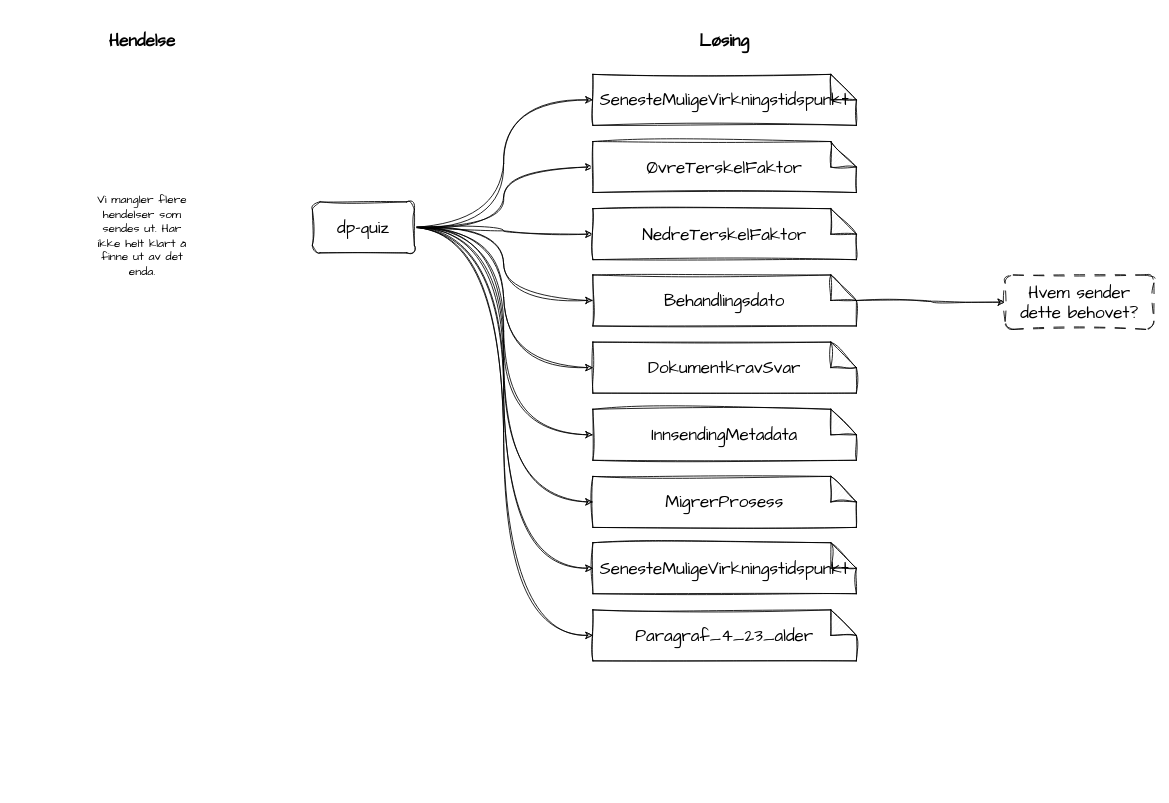
The draw.io diagram docs/innbyggerflate/losninger/soknad/dp-quiz-publiserer-hendelser.drawio in navikt/dp-dokumentasjon, before the edit. Source tidied: cells renumbered, new cells numbered last; positions are measured from the earlier drawing's top-left corner, leaving out a move shared by most shapes. Both pictures are drawn from the tidied source at 85%, with x=0, y=0 at pixel (91, 14).
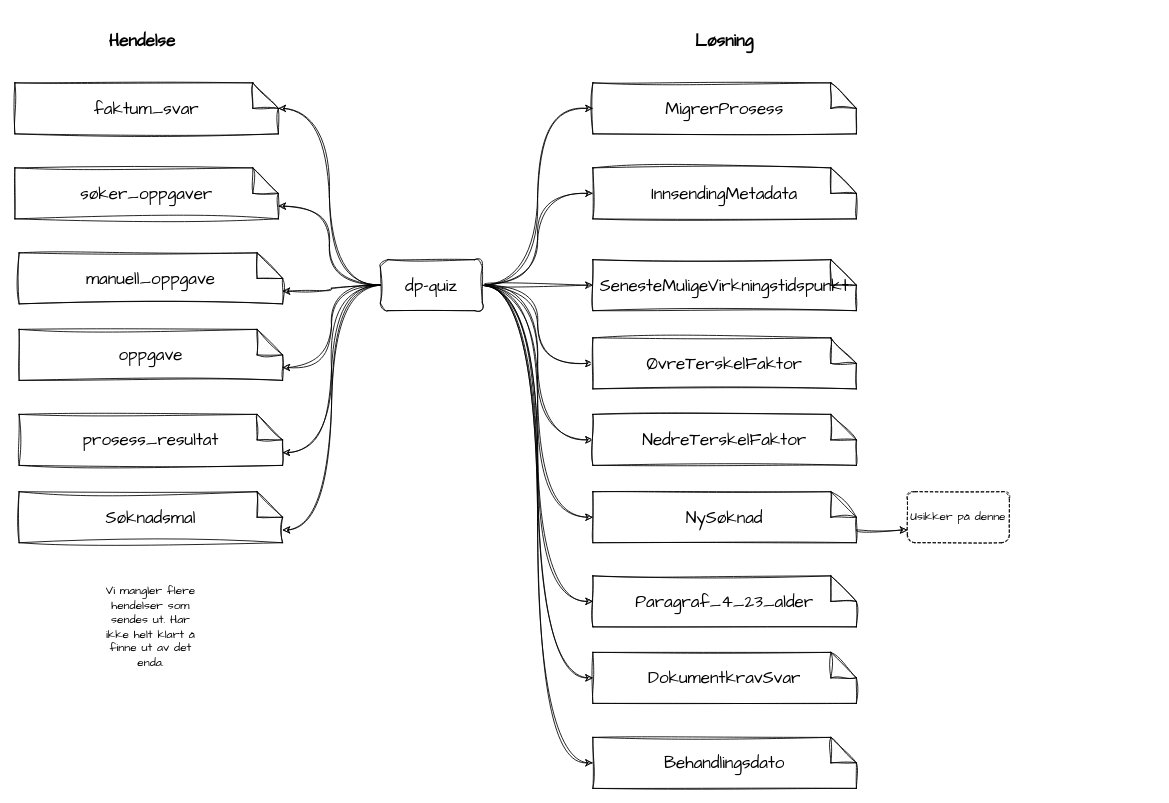
Above is the later version.

Commit message:
Lagt til flere hendelser som quiz publiserer og justert rekkefølgen på "løsning" for å gjøre det tydeligere at det er 1:1 med behovene

The edit, as a diff of the source:
```diff
@@
-    <mxCell id="9" style="edgeStyle=orthogonalEdgeStyle;curved=1;sketch=1;hachureGap=4;jiggle=2;curveFitting=1;html=1;entryX=0;entryY=0.5;entryDx=0;entryDy=0;entryPerimeter=0;fontFamily=Architects Daughter;fontSize=14;" parent="1" edge="1" source="11" target="20">
-      <mxGeometry relative="1" as="geometry" />
-    </mxCell>
@@
     <mxCell id="11" value="dp-quiz" style="rounded=1;whiteSpace=wrap;html=1;sketch=1;hachureGap=4;jiggle=2;curveFitting=1;fontFamily=Architects Daughter;fontSize=20;" parent="1" vertex="1">
-      <mxGeometry x="260" y="220" width="120" height="60" as="geometry" />
+      <mxGeometry x="340" y="288" width="120" height="60" as="geometry" />
     </mxCell>
     <mxCell id="12" value="SenesteMuligeVirkningstidspunkt" style="shape=note;whiteSpace=wrap;html=1;backgroundOutline=1;darkOpacity=0.05;sketch=1;hachureGap=4;jiggle=2;curveFitting=1;fontFamily=Architects Daughter;fontSize=20;" parent="1" vertex="1">
-      <mxGeometry x="590" y="70" width="310" height="60" as="geometry" />
+      <mxGeometry x="590" y="288" width="310" height="60" as="geometry" />
     </mxCell>
     <mxCell id="13" value="ØvreTerskelFaktor" style="shape=note;whiteSpace=wrap;html=1;backgroundOutline=1;darkOpacity=0.05;sketch=1;hachureGap=4;jiggle=2;curveFitting=1;fontFamily=Architects Daughter;fontSize=20;" parent="1" vertex="1">
-      <mxGeometry x="590" y="149" width="310" height="60" as="geometry" />
+      <mxGeometry x="590" y="380" width="310" height="60" as="geometry" />
     </mxCell>
     <mxCell id="14" value="NedreTerskelFaktor" style="shape=note;whiteSpace=wrap;html=1;backgroundOutline=1;darkOpacity=0.05;sketch=1;hachureGap=4;jiggle=2;curveFitting=1;fontFamily=Architects Daughter;fontSize=20;" parent="1" vertex="1">
-      <mxGeometry x="590" y="228" width="310" height="60" as="geometry" />
+      <mxGeometry x="590" y="470" width="310" height="60" as="geometry" />
     </mxCell>
-    <mxCell id="15" style="edgeStyle=orthogonalEdgeStyle;curved=1;sketch=1;hachureGap=4;jiggle=2;curveFitting=1;html=1;fontFamily=Architects Daughter;fontSize=14;" parent="1" edge="1" source="16" target="25">
-      <mxGeometry relative="1" as="geometry" />
-    </mxCell>
     <mxCell id="16" value="Behandlingsdato" style="shape=note;whiteSpace=wrap;html=1;backgroundOutline=1;darkOpacity=0.05;sketch=1;hachureGap=4;jiggle=2;curveFitting=1;fontFamily=Architects Daughter;fontSize=20;" parent="1" vertex="1">
-      <mxGeometry x="590" y="306" width="310" height="60" as="geometry" />
+      <mxGeometry x="590" y="850" width="310" height="60" as="geometry" />
     </mxCell>
     <mxCell id="17" value="DokumentkravSvar" style="shape=note;whiteSpace=wrap;html=1;backgroundOutline=1;darkOpacity=0.05;sketch=1;hachureGap=4;jiggle=2;curveFitting=1;fontFamily=Architects Daughter;fontSize=20;" parent="1" vertex="1">
-      <mxGeometry x="590" y="385" width="310" height="60" as="geometry" />
+      <mxGeometry x="590" y="750" width="310" height="60" as="geometry" />
     </mxCell>
     <mxCell id="18" value="InnsendingMetadata" style="shape=note;whiteSpace=wrap;html=1;backgroundOutline=1;darkOpacity=0.05;sketch=1;hachureGap=4;jiggle=2;curveFitting=1;fontFamily=Architects Daughter;fontSize=20;" parent="1" vertex="1">
-      <mxGeometry x="590" y="464" width="310" height="60" as="geometry" />
+      <mxGeometry x="590" y="180" width="310" height="60" as="geometry" />
     </mxCell>
     <mxCell id="19" value="MigrerProsess" style="shape=note;whiteSpace=wrap;html=1;backgroundOutline=1;darkOpacity=0.05;sketch=1;hachureGap=4;jiggle=2;curveFitting=1;fontFamily=Architects Daughter;fontSize=20;" parent="1" vertex="1">
-      <mxGeometry x="590" y="543" width="310" height="60" as="geometry" />
+      <mxGeometry x="590" y="80" width="310" height="60" as="geometry" />
     </mxCell>
-    <mxCell id="20" value="SenesteMuligeVirkningstidspunkt" style="shape=note;whiteSpace=wrap;html=1;backgroundOutline=1;darkOpacity=0.05;sketch=1;hachureGap=4;jiggle=2;curveFitting=1;fontFamily=Architects Daughter;fontSize=20;" parent="1" vertex="1">
-      <mxGeometry x="590" y="621" width="310" height="60" as="geometry" />
-    </mxCell>
     <mxCell id="21" value="Paragraf_4_23_alder" style="shape=note;whiteSpace=wrap;html=1;backgroundOutline=1;darkOpacity=0.05;sketch=1;hachureGap=4;jiggle=2;curveFitting=1;fontFamily=Architects Daughter;fontSize=20;" parent="1" vertex="1">
-      <mxGeometry x="590" y="700" width="310" height="60" as="geometry" />
+      <mxGeometry x="590" y="660" width="310" height="60" as="geometry" />
     </mxCell>
-    <mxCell id="22" value="Løsing" style="rounded=1;whiteSpace=wrap;html=1;sketch=1;hachureGap=4;jiggle=2;curveFitting=1;fontFamily=Architects Daughter;fontSize=20;strokeColor=none;fontStyle=1;" parent="1" vertex="1">
+    <mxCell id="22" value="Løsning" style="rounded=1;whiteSpace=wrap;html=1;sketch=1;hachureGap=4;jiggle=2;curveFitting=1;fontFamily=Architects Daughter;fontSize=20;strokeColor=none;fontStyle=1;" parent="1" vertex="1">
       <mxGeometry x="685" width="120" height="60" as="geometry" />
     </mxCell>
@@
     <mxCell id="24" value="Vi mangler flere hendelser som sendes ut. Har ikke helt klart å finne ut av det enda." style="rounded=1;whiteSpace=wrap;html=1;sketch=1;hachureGap=4;jiggle=2;curveFitting=1;fontFamily=Architects Daughter;fontSize=14;strokeColor=none;fontStyle=0;" parent="1" vertex="1">
-      <mxGeometry y="230" width="120" height="60" as="geometry" />
+      <mxGeometry x="10" y="690" width="120" height="60" as="geometry" />
     </mxCell>
-    <mxCell id="25" value="Hvem sender dette behovet?" style="rounded=1;whiteSpace=wrap;html=1;fontSize=20;fontFamily=Architects Daughter;sketch=1;hachureGap=4;jiggle=2;curveFitting=1;dashed=1;dashPattern=12 12;" parent="1" vertex="1">
-      <mxGeometry x="1075" y="306" width="175" height="64" as="geometry" />
-    </mxCell>
+    <mxCell id="26" value="faktum_svar" style="shape=note;whiteSpace=wrap;html=1;backgroundOutline=1;darkOpacity=0.05;sketch=1;hachureGap=4;jiggle=2;curveFitting=1;fontFamily=Architects Daughter;fontSize=20;" parent="1" vertex="1">
+      <mxGeometry x="-90" y="80" width="310" height="60" as="geometry" />
+    </mxCell>
+    <mxCell id="27" value="søker_oppgaver" style="shape=note;whiteSpace=wrap;html=1;backgroundOutline=1;darkOpacity=0.05;sketch=1;hachureGap=4;jiggle=2;curveFitting=1;fontFamily=Architects Daughter;fontSize=20;" parent="1" vertex="1">
+      <mxGeometry x="-90" y="180" width="310" height="60" as="geometry" />
+    </mxCell>
+    <mxCell id="28" value="manuell_oppgave" style="shape=note;whiteSpace=wrap;html=1;backgroundOutline=1;darkOpacity=0.05;sketch=1;hachureGap=4;jiggle=2;curveFitting=1;fontFamily=Architects Daughter;fontSize=20;" parent="1" vertex="1">
+      <mxGeometry x="-85" y="280" width="310" height="60" as="geometry" />
+    </mxCell>
+    <mxCell id="29" value="oppgave" style="shape=note;whiteSpace=wrap;html=1;backgroundOutline=1;darkOpacity=0.05;sketch=1;hachureGap=4;jiggle=2;curveFitting=1;fontFamily=Architects Daughter;fontSize=20;" parent="1" vertex="1">
+      <mxGeometry x="-85" y="370" width="310" height="60" as="geometry" />
+    </mxCell>
+    <mxCell id="30" value="prosess_resultat" style="shape=note;whiteSpace=wrap;html=1;backgroundOutline=1;darkOpacity=0.05;sketch=1;hachureGap=4;jiggle=2;curveFitting=1;fontFamily=Architects Daughter;fontSize=20;" parent="1" vertex="1">
+      <mxGeometry x="-85" y="470" width="310" height="60" as="geometry" />
+    </mxCell>
+    <mxCell id="31" value="Søknadsmal" style="shape=note;whiteSpace=wrap;html=1;backgroundOutline=1;darkOpacity=0.05;sketch=1;hachureGap=4;jiggle=2;curveFitting=1;fontFamily=Architects Daughter;fontSize=20;" parent="1" vertex="1">
+      <mxGeometry x="-85" y="561" width="310" height="60" as="geometry" />
+    </mxCell>
+    <mxCell id="32" style="edgeStyle=orthogonalEdgeStyle;sketch=1;hachureGap=4;jiggle=2;curveFitting=1;html=1;entryX=0;entryY=0;entryDx=310;entryDy=30;entryPerimeter=0;fontFamily=Architects Daughter;fontSize=14;curved=1;exitX=0;exitY=0.5;exitDx=0;exitDy=0;" parent="1" edge="1" source="11" target="26">
+      <mxGeometry relative="1" as="geometry" />
+    </mxCell>
+    <mxCell id="33" style="edgeStyle=orthogonalEdgeStyle;sketch=1;hachureGap=4;jiggle=2;curveFitting=1;html=1;entryX=0;entryY=0;entryDx=310;entryDy=45;entryPerimeter=0;fontFamily=Architects Daughter;fontSize=14;curved=1;exitX=0;exitY=0.5;exitDx=0;exitDy=0;" parent="1" edge="1" source="11" target="27">
+      <mxGeometry relative="1" as="geometry" />
+    </mxCell>
+    <mxCell id="34" style="edgeStyle=orthogonalEdgeStyle;sketch=1;hachureGap=4;jiggle=2;curveFitting=1;html=1;entryX=0;entryY=0;entryDx=310;entryDy=45;entryPerimeter=0;fontFamily=Architects Daughter;fontSize=14;curved=1;exitX=0;exitY=0.5;exitDx=0;exitDy=0;" parent="1" edge="1" source="11" target="28">
+      <mxGeometry relative="1" as="geometry" />
+    </mxCell>
+    <mxCell id="35" style="edgeStyle=orthogonalEdgeStyle;sketch=1;hachureGap=4;jiggle=2;curveFitting=1;html=1;entryX=0;entryY=0;entryDx=310;entryDy=45;entryPerimeter=0;fontFamily=Architects Daughter;fontSize=14;curved=1;exitX=0;exitY=0.5;exitDx=0;exitDy=0;" parent="1" edge="1" source="11" target="29">
+      <mxGeometry relative="1" as="geometry" />
+    </mxCell>
+    <mxCell id="36" style="edgeStyle=orthogonalEdgeStyle;sketch=1;hachureGap=4;jiggle=2;curveFitting=1;html=1;entryX=0;entryY=0;entryDx=310;entryDy=45;entryPerimeter=0;fontFamily=Architects Daughter;fontSize=14;curved=1;exitX=0;exitY=0.5;exitDx=0;exitDy=0;" parent="1" edge="1" source="11" target="30">
+      <mxGeometry relative="1" as="geometry" />
+    </mxCell>
+    <mxCell id="37" style="edgeStyle=orthogonalEdgeStyle;sketch=1;hachureGap=4;jiggle=2;curveFitting=1;html=1;entryX=0;entryY=0;entryDx=310;entryDy=45;entryPerimeter=0;fontFamily=Architects Daughter;fontSize=14;curved=1;exitX=0;exitY=0.5;exitDx=0;exitDy=0;" parent="1" edge="1" source="11" target="31">
+      <mxGeometry relative="1" as="geometry" />
+    </mxCell>
+    <mxCell id="38" value="&lt;div style=&quot;font-size: 20px;&quot;&gt;&lt;div style=&quot;font-size: 20px;&quot;&gt;&lt;div style=&quot;font-size: 20px;&quot;&gt;&lt;span style=&quot;font-size: 20px; background-color: initial; white-space: normal;&quot;&gt;NySøknad&lt;/span&gt;&lt;br style=&quot;font-size: 20px;&quot;&gt;&lt;/div&gt;&lt;/div&gt;&lt;/div&gt;" style="shape=note;whiteSpace=wrap;html=1;backgroundOutline=1;darkOpacity=0.05;fontColor=default;labelBackgroundColor=none;sketch=1;curveFitting=1;jiggle=2;fontFamily=Architects Daughter;fontSize=20;" parent="1" vertex="1">
+      <mxGeometry x="590" y="561" width="310" height="60" as="geometry" />
+    </mxCell>
+    <mxCell id="39" style="edgeStyle=orthogonalEdgeStyle;curved=1;sketch=1;hachureGap=4;jiggle=2;curveFitting=1;html=1;entryX=0;entryY=0.5;entryDx=0;entryDy=0;entryPerimeter=0;fontFamily=Architects Daughter;fontSize=14;exitX=1;exitY=0.5;exitDx=0;exitDy=0;" parent="1" edge="1" source="11" target="38">
+      <mxGeometry relative="1" as="geometry" />
+    </mxCell>
+    <mxCell id="40" value="&lt;font style=&quot;font-size: 14px;&quot; face=&quot;Architects Daughter&quot;&gt;Usikker på denne&lt;/font&gt;" style="rounded=1;whiteSpace=wrap;html=1;sketch=1;dashed=1;" parent="1" vertex="1">
+      <mxGeometry x="960" y="561" width="120" height="60" as="geometry" />
+    </mxCell>
+    <mxCell id="41" style="edgeStyle=orthogonalEdgeStyle;curved=1;sketch=1;hachureGap=4;jiggle=2;curveFitting=1;html=1;entryX=0;entryY=0.75;entryDx=0;entryDy=0;fontFamily=Architects Daughter;fontSize=14;exitX=0;exitY=0;exitDx=310;exitDy=45;exitPerimeter=0;" parent="1" edge="1" source="38" target="40">
+      <mxGeometry relative="1" as="geometry" />
+    </mxCell>
```
